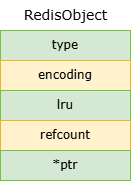
The draw.io diagram redis/RedisObject结构图.drawio.png in oHo404/imgrepo, before a commit. Source tidied: cells renumbered, new cells last; positions are measured from the earlier drawing's top-left corner, leaving out a move shared by most shapes.
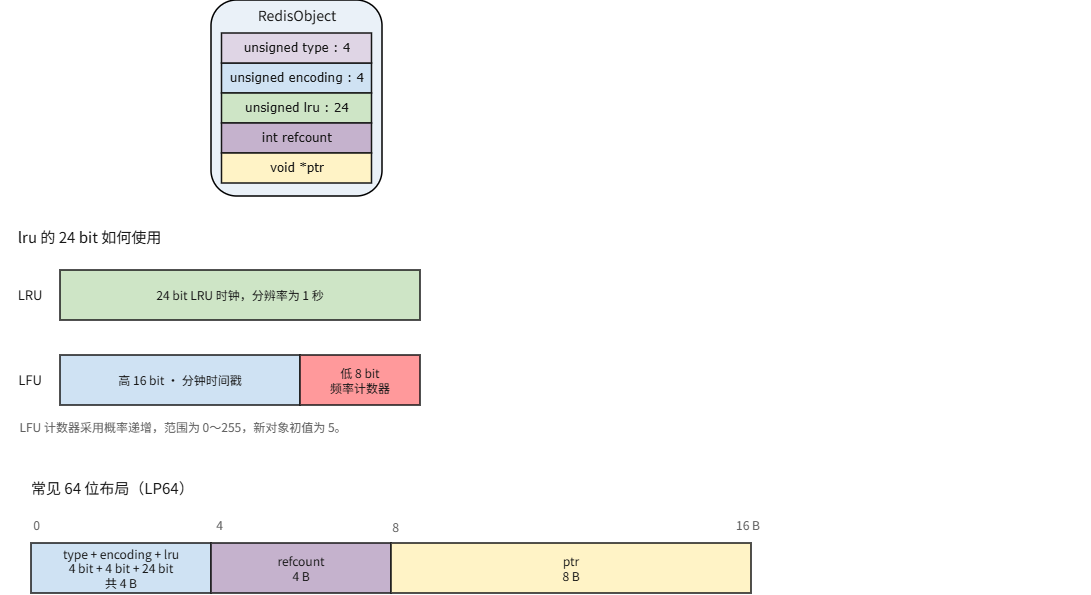
The same file after the commit.

Commit message:
更新RedisObject结构图.drawio.png

Change to the diagram source:
```diff
@@ -2,23 +2,77 @@
   <root>
     <mxCell id="0" />
     <mxCell id="1" parent="0" />
-    <mxCell id="2" value="&lt;font face=&quot;Verdana&quot;&gt;type&lt;/font&gt;" style="rounded=0;whiteSpace=wrap;html=1;fillColor=#d5e8d4;strokeColor=#82b366;" parent="1" vertex="1">
-      <mxGeometry y="30" width="130" height="30" as="geometry" />
-    </mxCell>
-    <mxCell id="3" value="&lt;font face=&quot;Verdana&quot;&gt;encoding&lt;/font&gt;" style="rounded=0;whiteSpace=wrap;html=1;fillColor=#fff2cc;strokeColor=#d6b656;" parent="1" vertex="1">
-      <mxGeometry y="60" width="130" height="30" as="geometry" />
-    </mxCell>
-    <mxCell id="4" value="&lt;font face=&quot;Verdana&quot;&gt;lru&lt;/font&gt;" style="rounded=0;whiteSpace=wrap;html=1;fillColor=#d5e8d4;strokeColor=#82b366;" parent="1" vertex="1">
-      <mxGeometry y="90" width="130" height="30" as="geometry" />
-    </mxCell>
-    <mxCell id="5" value="&lt;font face=&quot;Verdana&quot;&gt;refcount&lt;/font&gt;" style="rounded=0;whiteSpace=wrap;html=1;fillColor=#fff2cc;strokeColor=#d6b656;" parent="1" vertex="1">
-      <mxGeometry y="120" width="130" height="30" as="geometry" />
-    </mxCell>
-    <mxCell id="6" value="&lt;font face=&quot;Verdana&quot;&gt;*ptr&lt;/font&gt;" style="rounded=0;whiteSpace=wrap;html=1;fillColor=#d5e8d4;strokeColor=#82b366;" parent="1" vertex="1">
-      <mxGeometry y="150" width="130" height="30" as="geometry" />
-    </mxCell>
+    <mxCell id="8" style="rounded=1;whiteSpace=wrap;html=1;roundedPerimeter=1;fillColor=light-dark(#eaf1f8, #ededed);strokeWidth=1.5;" parent="1" vertex="1">
+      <mxGeometry x="-41.5" width="171" height="196" as="geometry" />
+    </mxCell>
+    <mxCell id="9" value="unsigned encoding : 4" style="shape=rectangle;rounded=0;absoluteArcSize=1;arcSize=0;whiteSpace=wrap;html=0;align=center;verticalAlign=middle;fillColor=#CFE2F3;strokeColor=#171717;strokeWidth=1.5;fontColor=#171717;fontSize=12;fontFamily=Verdana;fontStyle=0;spacing=0;overflow=hidden;" parent="1" vertex="1">
+      <mxGeometry x="-31" y="63" width="150" height="30" as="geometry" />
+    </mxCell>
+    <mxCell id="10" value="unsigned type : 4" style="shape=rectangle;rounded=0;absoluteArcSize=1;arcSize=0;whiteSpace=wrap;html=0;align=center;verticalAlign=middle;fillColor=#DFD5E5;strokeColor=#171717;strokeWidth=1.5;fontColor=#171717;fontSize=12;fontFamily=Verdana;fontStyle=0;spacing=0;overflow=hidden;" parent="1" vertex="1">
+      <mxGeometry x="-31" y="33" width="150" height="30" as="geometry" />
+    </mxCell>
+    <mxCell id="11" value="unsigned lru : 24" style="shape=rectangle;rounded=0;absoluteArcSize=1;arcSize=0;whiteSpace=wrap;html=0;align=center;verticalAlign=middle;fillColor=#CEE5C6;strokeColor=#171717;strokeWidth=1.5;fontColor=#171717;fontSize=12;fontFamily=Verdana;fontStyle=0;spacing=0;overflow=hidden;" parent="1" vertex="1">
+      <mxGeometry x="-31" y="93" width="150" height="30" as="geometry" />
+    </mxCell>
+    <mxCell id="12" value="int refcount" style="shape=rectangle;rounded=0;absoluteArcSize=1;arcSize=0;whiteSpace=wrap;html=0;align=center;verticalAlign=middle;fillColor=#C5B2CD;strokeColor=#171717;strokeWidth=1.5;fontColor=#171717;fontSize=12;fontFamily=Verdana;fontStyle=0;spacing=0;overflow=hidden;" parent="1" vertex="1">
+      <mxGeometry x="-31" y="123" width="150" height="30" as="geometry" />
+    </mxCell>
+    <mxCell id="13" value="void *ptr" style="shape=rectangle;rounded=0;absoluteArcSize=1;arcSize=0;whiteSpace=wrap;html=0;align=center;verticalAlign=middle;fillColor=#FFF3C6;strokeColor=#171717;strokeWidth=1.5;fontColor=#171717;fontSize=12;fontFamily=Verdana;fontStyle=0;spacing=0;overflow=hidden;" parent="1" vertex="1">
+      <mxGeometry x="-31" y="153" width="150" height="30" as="geometry" />
+    </mxCell>
-    <mxCell id="7" value="&lt;font face=&quot;Verdana&quot; style=&quot;font-size: 14px;&quot;&gt;RedisObject&lt;/font&gt;" style="text;html=1;align=center;verticalAlign=middle;strokeColor=none;fillColor=none;" parent="1" vertex="1">
-      <mxGeometry x="14" width="102" height="30" as="geometry" />
+    <mxCell id="7" value="&lt;span style=&quot;color: rgb(23, 23, 23); font-family: &amp;quot;WenQuanYi Micro Hei&amp;quot;; font-size: 14px;&quot;&gt;RedisObject&lt;/span&gt;" style="text;html=1;whiteSpace=wrap;strokeColor=none;fillColor=none;align=center;verticalAlign=middle;rounded=0;" parent="1" vertex="1">
+      <mxGeometry x="14" width="60" height="30" as="geometry" />
     </mxCell>
+    <mxCell id="14" value="24 bit LRU 时钟，分辨率为 1 秒" style="shape=rectangle;rounded=0;absoluteArcSize=1;arcSize=0;whiteSpace=wrap;html=0;align=center;verticalAlign=middle;fillColor=#CEE5C6;strokeColor=#171717;strokeWidth=1.5;fontColor=#171717;fontSize=12;fontFamily=WenQuanYi Micro Hei;fontStyle=0;spacing=0;overflow=hidden;" parent="1" vertex="1">
+      <mxGeometry x="-192.5" y="270" width="360" height="50" as="geometry" />
+    </mxCell>
+    <mxCell id="15" value="&lt;span style=&quot;color: rgb(23, 23, 23); font-family: &amp;quot;WenQuanYi Micro Hei&amp;quot;; font-size: 15px; text-align: left;&quot;&gt;lru 的 24 bit 如何使用&lt;/span&gt;" style="text;html=1;whiteSpace=wrap;strokeColor=none;fillColor=none;align=center;verticalAlign=middle;rounded=0;" parent="1" vertex="1">
+      <mxGeometry x="-241" y="222" width="155" height="30" as="geometry" />
+    </mxCell>
+    <mxCell id="16" style="group;" parent="1" vertex="1">
+      <mxGeometry x="-192.5" y="355" width="360" height="50" as="geometry" />
+    </mxCell>
+    <mxCell id="17" value="高 16 bit  ·  分钟时间戳" style="shape=rectangle;rounded=0;absoluteArcSize=1;arcSize=0;whiteSpace=wrap;html=0;align=center;verticalAlign=middle;fillColor=#CFE2F3;strokeColor=#171717;strokeWidth=1.5;fontColor=#171717;fontSize=12;fontFamily=WenQuanYi Micro Hei;fontStyle=0;spacing=0;overflow=hidden;" parent="16" vertex="1">
+      <mxGeometry width="240" height="50" as="geometry" />
+    </mxCell>
+    <mxCell id="18" value="低 8 bit&#10;频率计数器" style="shape=rectangle;rounded=0;absoluteArcSize=1;arcSize=0;whiteSpace=wrap;html=0;align=center;verticalAlign=middle;fillColor=#FF999B;strokeColor=#171717;strokeWidth=1.5;fontColor=#171717;fontSize=12;fontFamily=WenQuanYi Micro Hei;fontStyle=0;spacing=0;overflow=hidden;" parent="16" vertex="1">
+      <mxGeometry x="240" width="120" height="50" as="geometry" />
+    </mxCell>
+    <mxCell id="19" value="&lt;span style=&quot;color: rgb(23, 23, 23); font-family: &amp;quot;WenQuanYi Micro Hei&amp;quot;; font-size: 13px; text-align: left;&quot;&gt;LRU&lt;/span&gt;" style="text;html=1;whiteSpace=wrap;strokeColor=none;fillColor=none;align=center;verticalAlign=middle;rounded=0;" parent="1" vertex="1">
+      <mxGeometry x="-252.5" y="280" width="60" height="30" as="geometry" />
+    </mxCell>
+    <mxCell id="20" value="&lt;span style=&quot;color: rgb(23, 23, 23); font-family: &amp;quot;WenQuanYi Micro Hei&amp;quot;; font-size: 13px; text-align: left;&quot;&gt;LFU&lt;/span&gt;" style="text;html=1;whiteSpace=wrap;strokeColor=none;fillColor=none;align=center;verticalAlign=middle;rounded=0;" parent="1" vertex="1">
+      <mxGeometry x="-252.5" y="365" width="60" height="30" as="geometry" />
+    </mxCell>
+    <mxCell id="21" value="&lt;span style=&quot;color: rgb(96, 96, 96); font-family: &amp;quot;WenQuanYi Micro Hei&amp;quot;; text-align: left;&quot;&gt;LFU 计数器采用概率递增，范围为 0～255，新对象初值为 5。&lt;/span&gt;" style="text;html=1;whiteSpace=wrap;strokeColor=none;fillColor=none;align=center;verticalAlign=middle;rounded=0;" parent="1" vertex="1">
+      <mxGeometry x="-241" y="412" width="342" height="30" as="geometry" />
+    </mxCell>
+    <mxCell id="22" value="常见 64 位布局（LP64）" style="shape=rectangle;rounded=0;absoluteArcSize=1;arcSize=0;whiteSpace=wrap;html=0;align=left;verticalAlign=middle;fillColor=none;strokeColor=none;strokeWidth=1.5;fontColor=#171717;fontSize=15;fontFamily=WenQuanYi Micro Hei;fontStyle=0;spacing=0;overflow=hidden;" parent="1" vertex="1">
+      <mxGeometry x="-221.5" y="464" width="1060" height="45" as="geometry" />
+    </mxCell>
+    <mxCell id="23" style="group;" parent="1" vertex="1">
+      <mxGeometry x="-243.5" y="509" width="774" height="84" as="geometry" />
+    </mxCell>
+    <mxCell id="24" value="0" style="shape=rectangle;rounded=0;absoluteArcSize=1;arcSize=0;whiteSpace=wrap;html=0;align=center;verticalAlign=middle;fillColor=none;strokeColor=none;strokeWidth=1.5;fontColor=#606060;fontSize=12;fontFamily=WenQuanYi Micro Hei;fontStyle=0;spacing=0;overflow=hidden;" parent="23" vertex="1">
+      <mxGeometry width="55" height="32" as="geometry" />
+    </mxCell>
+    <mxCell id="25" value="4" style="shape=rectangle;rounded=0;absoluteArcSize=1;arcSize=0;whiteSpace=wrap;html=0;align=center;verticalAlign=middle;fillColor=none;strokeColor=none;strokeWidth=1.5;fontColor=#606060;fontSize=12;fontFamily=WenQuanYi Micro Hei;fontStyle=0;spacing=0;overflow=hidden;" parent="23" vertex="1">
+      <mxGeometry x="183" width="55" height="32" as="geometry" />
+    </mxCell>
+    <mxCell id="26" value="8" style="shape=rectangle;rounded=0;absoluteArcSize=1;arcSize=0;whiteSpace=wrap;html=0;align=center;verticalAlign=middle;fillColor=none;strokeColor=none;strokeWidth=1.5;fontColor=#606060;fontSize=12;fontFamily=WenQuanYi Micro Hei;fontStyle=0;spacing=0;overflow=hidden;" parent="23" vertex="1">
+      <mxGeometry x="359" y="2" width="55" height="32" as="geometry" />
+    </mxCell>
+    <mxCell id="27" value="16 B" style="shape=rectangle;rounded=0;absoluteArcSize=1;arcSize=0;whiteSpace=wrap;html=0;align=center;verticalAlign=middle;fillColor=none;strokeColor=none;strokeWidth=1.5;fontColor=#606060;fontSize=12;fontFamily=WenQuanYi Micro Hei;fontStyle=0;spacing=0;overflow=hidden;" parent="23" vertex="1">
+      <mxGeometry x="704" width="70" height="32" as="geometry" />
+    </mxCell>
+    <mxCell id="28" value="type + encoding + lru&#10;4 bit + 4 bit + 24 bit&#10;共 4 B" style="shape=rectangle;rounded=0;absoluteArcSize=1;arcSize=0;whiteSpace=wrap;html=0;align=center;verticalAlign=middle;fillColor=#CFE2F3;strokeColor=#171717;strokeWidth=1.5;fontColor=#171717;fontSize=12;fontFamily=WenQuanYi Micro Hei;fontStyle=0;spacing=0;overflow=hidden;" parent="23" vertex="1">
+      <mxGeometry x="22" y="34" width="180" height="50" as="geometry" />
+    </mxCell>
+    <mxCell id="29" value="refcount&#10;4 B" style="shape=rectangle;rounded=0;absoluteArcSize=1;arcSize=0;whiteSpace=wrap;html=0;align=center;verticalAlign=middle;fillColor=#C5B2CD;strokeColor=#171717;strokeWidth=1.5;fontColor=#171717;fontSize=12;fontFamily=WenQuanYi Micro Hei;fontStyle=0;spacing=0;overflow=hidden;" parent="23" vertex="1">
+      <mxGeometry x="202" y="34" width="180" height="50" as="geometry" />
+    </mxCell>
+    <mxCell id="30" value="ptr&#10;8 B" style="shape=rectangle;rounded=0;absoluteArcSize=1;arcSize=0;whiteSpace=wrap;html=0;align=center;verticalAlign=middle;fillColor=#FFF3C6;strokeColor=#171717;strokeWidth=1.5;fontColor=#171717;fontSize=12;fontFamily=WenQuanYi Micro Hei;fontStyle=0;spacing=0;overflow=hidden;" parent="23" vertex="1">
+      <mxGeometry x="382" y="34" width="360" height="50" as="geometry" />
+    </mxCell>
   </root>
 </mxGraphModel>
```
